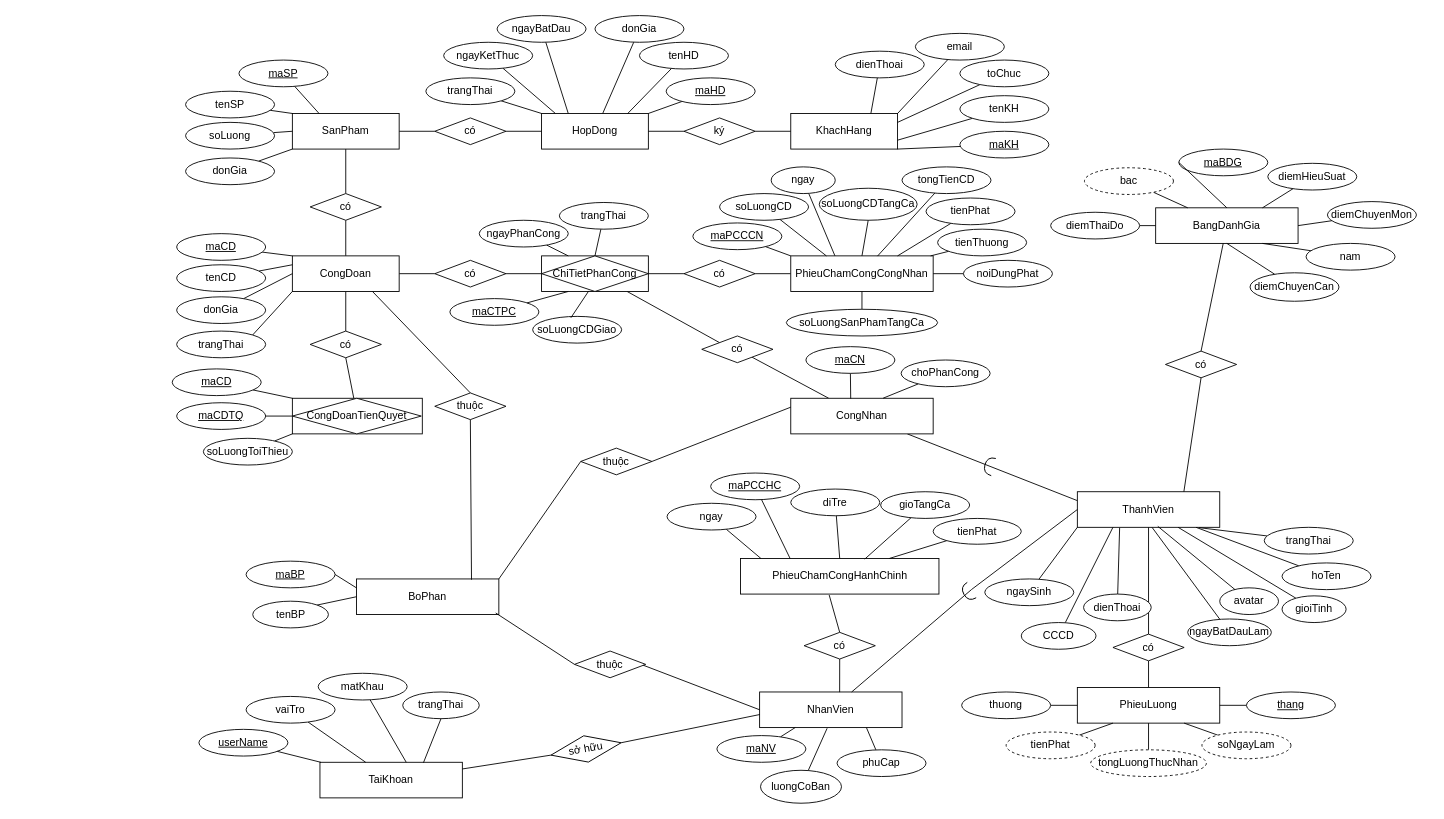
Before: page "EER" (3 of 3) of diagrams/diagrams.drawio in TomTom2k/-management-of-a-ceramic-processing-company, a draw.io diagram. Source tidied: cells renumbered, new cells numbered last; positions are measured from the earlier drawing's top-left corner, leaving out a move shared by most shapes. Both pictures are drawn from the tidied source at 89%, with x=0, y=0 at pixel (172, 15).
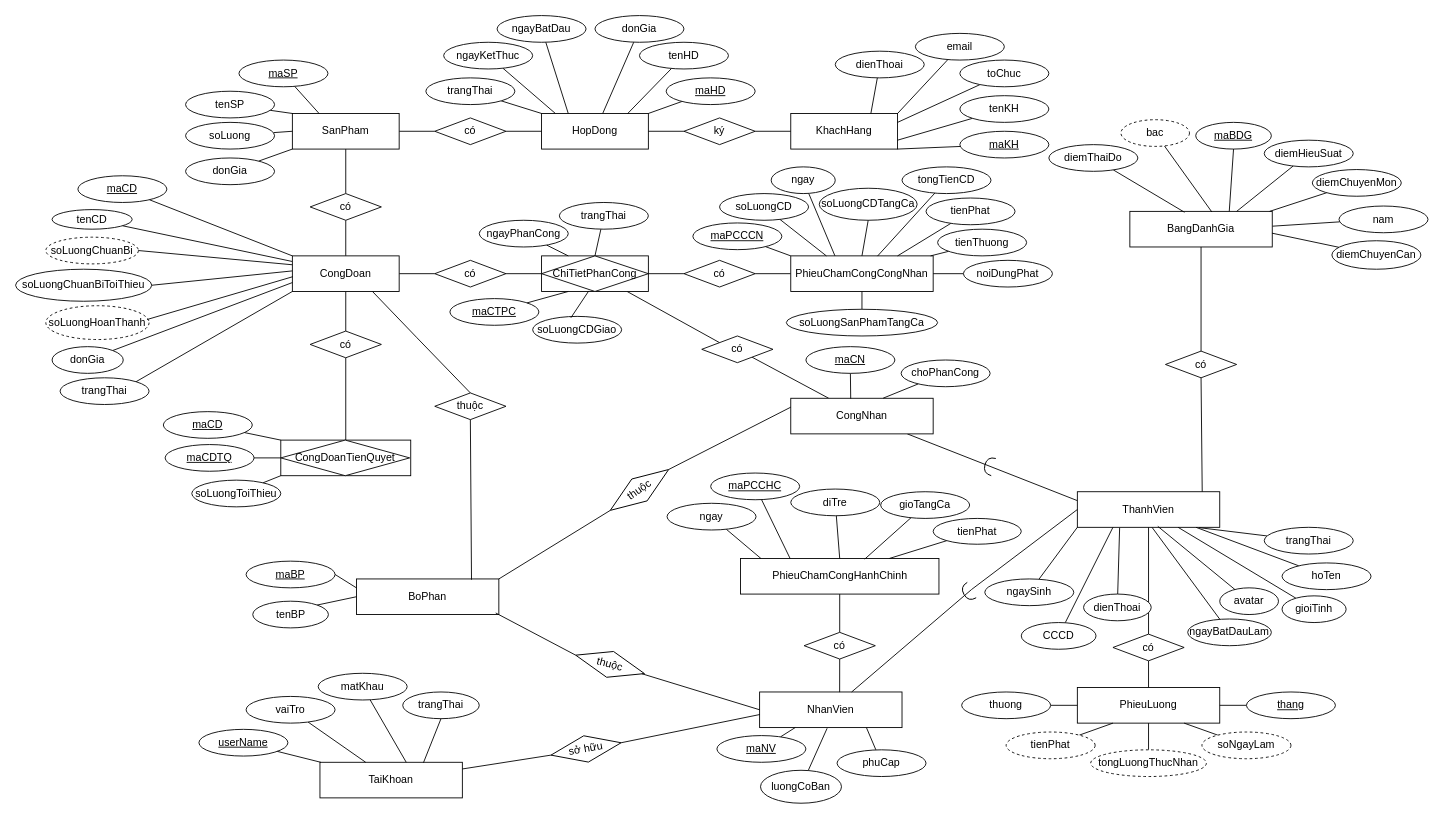
After the change.

Unchanged cells that the change refers to:
```xml
<mxCell id="15" value="CongDoan" style="rounded=0;whiteSpace=wrap;html=1;fillColor=default;strokeColor=default;" parent="1" vertex="1">
  <mxGeometry x="135" y="270" width="120" height="40" as="geometry" />
</mxCell>
<mxCell id="31" value="PhieuChamCongHanhChinh" style="rounded=0;whiteSpace=wrap;html=1;fillColor=default;strokeColor=default;" parent="1" vertex="1">
  <mxGeometry x="638.5" y="610" width="223" height="40" as="geometry" />
</mxCell>
<mxCell id="41" value="ThanhVien" style="rounded=0;whiteSpace=wrap;html=1;" parent="1" vertex="1">
  <mxGeometry x="1017" y="535" width="160" height="40" as="geometry" />
</mxCell>
<mxCell id="43" value="có" style="rhombus;whiteSpace=wrap;html=1;" parent="1" vertex="1">
  <mxGeometry x="710" y="693" width="80" height="30" as="geometry" />
</mxCell>
<mxCell id="47" value="có" style="rhombus;whiteSpace=wrap;html=1;" parent="1" vertex="1">
  <mxGeometry x="1116" y="377" width="80" height="30" as="geometry" />
</mxCell>
<mxCell id="202" value="thuộc" style="rhombus;whiteSpace=wrap;html=1;" parent="1" vertex="1">
  <mxGeometry x="295" y="424" width="80" height="30" as="geometry" />
</mxCell>
```

Change to the diagram source:
```diff
@@
     <mxCell id="18" style="rounded=0;whiteSpace=wrap;html=1;" parent="1" vertex="1">
-      <mxGeometry x="135" y="430" width="146" height="40" as="geometry" />
+      <mxGeometry x="122" y="477" width="146" height="40" as="geometry" />
     </mxCell>
@@
-    <mxCell id="30" style="edgeStyle=none;rounded=0;jettySize=auto;html=1;entryX=0.5;entryY=0;entryDx=0;entryDy=0;endArrow=none;endFill=0;exitX=0.447;exitY=1.027;exitDx=0;exitDy=0;exitPerimeter=0;" parent="1" edge="1" source="31" target="43">
+    <mxCell id="30" style="edgeStyle=none;rounded=0;jettySize=auto;html=1;entryX=0.5;entryY=0;entryDx=0;entryDy=0;endArrow=none;endFill=0;exitX=0.5;exitY=1;exitDx=0;exitDy=0;" parent="1" edge="1" source="31" target="43">
       <mxGeometry relative="1" as="geometry" />
     </mxCell>
@@
-    <mxCell id="37" style="edgeStyle=none;rounded=0;jettySize=auto;html=1;entryX=0.711;entryY=0.981;entryDx=0;entryDy=0;endArrow=none;endFill=0;entryPerimeter=0;exitX=0.5;exitY=1;exitDx=0;exitDy=0;" parent="1" edge="1" source="47" target="41">
+    <mxCell id="37" style="edgeStyle=none;rounded=0;jettySize=auto;html=1;entryX=0.877;entryY=0.027;entryDx=0;entryDy=0;endArrow=none;endFill=0;entryPerimeter=0;exitX=0.5;exitY=1;exitDx=0;exitDy=0;" parent="1" edge="1" source="47" target="41">
       <mxGeometry relative="1" as="geometry" />
     </mxCell>
     <mxCell id="38" value="BangDanhGia" style="rounded=0;whiteSpace=wrap;html=1;fillColor=default;strokeColor=default;" parent="1" vertex="1">
-      <mxGeometry x="1105" y="216" width="160" height="40" as="geometry" />
+      <mxGeometry x="1076" y="220" width="160" height="40" as="geometry" />
     </mxCell>
@@
-    <mxCell id="97" style="edgeStyle=none;rounded=0;jettySize=auto;html=1;entryX=0.75;entryY=1;entryDx=0;entryDy=0;endArrow=none;endFill=0;" parent="1" edge="1" source="98" target="38">
+    <mxCell id="97" style="edgeStyle=none;rounded=0;jettySize=auto;html=1;entryX=1.002;entryY=0.416;entryDx=0;entryDy=0;endArrow=none;endFill=0;entryPerimeter=0;" parent="1" edge="1" source="98" target="38">
       <mxGeometry relative="1" as="geometry" />
     </mxCell>
     <mxCell id="98" value="nam" style="ellipse;whiteSpace=wrap;html=1;align=center;fontStyle=0;" parent="1" vertex="1">
-      <mxGeometry x="1274" y="256" width="100" height="30" as="geometry" />
+      <mxGeometry x="1311" y="214" width="100" height="30" as="geometry" />
     </mxCell>
-    <mxCell id="99" style="edgeStyle=none;rounded=0;jettySize=auto;html=1;endArrow=none;endFill=0;entryX=0.5;entryY=1;entryDx=0;entryDy=0;" parent="1" edge="1" source="100" target="38">
+    <mxCell id="99" style="edgeStyle=none;rounded=0;jettySize=auto;html=1;endArrow=none;endFill=0;entryX=0.998;entryY=0.612;entryDx=0;entryDy=0;entryPerimeter=0;" parent="1" edge="1" source="100" target="38">
       <mxGeometry relative="1" as="geometry" />
     </mxCell>
     <mxCell id="100" value="diemChuyenCan" style="ellipse;whiteSpace=wrap;html=1;align=center;" parent="1" vertex="1">
-      <mxGeometry x="1211" y="289" width="100" height="32" as="geometry" />
+      <mxGeometry x="1303" y="253" width="100" height="32" as="geometry" />
     </mxCell>
-    <mxCell id="101" style="edgeStyle=none;rounded=0;jettySize=auto;html=1;entryX=1;entryY=0.5;entryDx=0;entryDy=0;endArrow=none;endFill=0;" parent="1" edge="1" source="102" target="38">
-      <mxGeometry relative="1" as="geometry" />
+    <mxCell id="101" style="edgeStyle=none;rounded=0;jettySize=auto;html=1;endArrow=none;endFill=0;" parent="1" edge="1" source="102">
+      <mxGeometry relative="1" as="geometry">
+        <mxPoint x="1233" y="220" as="targetPoint" />
+      </mxGeometry>
     </mxCell>
     <mxCell id="102" value="diemChuyenMon" style="ellipse;whiteSpace=wrap;html=1;align=center;" parent="1" vertex="1">
-      <mxGeometry x="1298" y="209" width="100" height="30" as="geometry" />
+      <mxGeometry x="1281" y="173" width="100" height="30" as="geometry" />
     </mxCell>
-    <mxCell id="103" style="edgeStyle=none;rounded=0;jettySize=auto;html=1;entryX=0;entryY=0.5;entryDx=0;entryDy=0;endArrow=none;endFill=0;" parent="1" edge="1" source="104" target="38">
+    <mxCell id="103" style="edgeStyle=none;rounded=0;jettySize=auto;html=1;entryX=0.384;entryY=0.025;entryDx=0;entryDy=0;endArrow=none;endFill=0;entryPerimeter=0;" parent="1" edge="1" source="104" target="38">
       <mxGeometry relative="1" as="geometry" />
     </mxCell>
     <mxCell id="104" value="diemThaiDo" style="ellipse;whiteSpace=wrap;html=1;align=center;" parent="1" vertex="1">
-      <mxGeometry x="987" y="221" width="100" height="30" as="geometry" />
+      <mxGeometry x="985" y="145" width="100" height="30" as="geometry" />
     </mxCell>
@@
     <mxCell id="106" value="diemHieuSuat" style="ellipse;whiteSpace=wrap;html=1;align=center;" parent="1" vertex="1">
-      <mxGeometry x="1231" y="166" width="100" height="30" as="geometry" />
+      <mxGeometry x="1227" y="140" width="100" height="30" as="geometry" />
     </mxCell>
-    <mxCell id="107" style="edgeStyle=none;rounded=0;jettySize=auto;html=1;endArrow=none;endFill=0;" parent="1" edge="1" source="108" target="38">
+    <mxCell id="107" style="edgeStyle=none;rounded=0;jettySize=auto;html=1;endArrow=none;endFill=0;entryX=0.576;entryY=0.018;entryDx=0;entryDy=0;entryPerimeter=0;" parent="1" edge="1" source="108" target="38">
       <mxGeometry relative="1" as="geometry" />
     </mxCell>
     <mxCell id="108" value="bac" style="ellipse;whiteSpace=wrap;html=1;align=center;fillStyle=auto;dashed=1;" parent="1" vertex="1">
-      <mxGeometry x="1025" y="171" width="100" height="30" as="geometry" />
+      <mxGeometry x="1066" y="117" width="77" height="30" as="geometry" />
     </mxCell>
@@
     <mxCell id="132" value="maCD" style="ellipse;whiteSpace=wrap;html=1;align=center;fontStyle=4;" parent="1" vertex="1">
-      <mxGeometry x="5" y="245" width="100" height="30" as="geometry" />
+      <mxGeometry x="-106" y="180" width="100" height="30" as="geometry" />
     </mxCell>
-    <mxCell id="133" style="edgeStyle=none;rounded=0;jettySize=auto;html=1;entryX=0;entryY=0.25;entryDx=0;entryDy=0;endArrow=none;endFill=0;" parent="1" edge="1" source="134" target="15">
+    <mxCell id="133" style="edgeStyle=none;rounded=0;jettySize=auto;html=1;entryX=-0.003;entryY=0.156;entryDx=0;entryDy=0;endArrow=none;endFill=0;entryPerimeter=0;" parent="1" edge="1" source="134" target="15">
       <mxGeometry relative="1" as="geometry" />
     </mxCell>
     <mxCell id="134" value="tenCD" style="ellipse;whiteSpace=wrap;html=1;align=center;" parent="1" vertex="1">
-      <mxGeometry x="5" y="280" width="100" height="30" as="geometry" />
+      <mxGeometry x="-135" y="218" width="90" height="22" as="geometry" />
     </mxCell>
-    <mxCell id="135" style="edgeStyle=none;rounded=0;jettySize=auto;html=1;endArrow=none;endFill=0;entryX=0;entryY=0.5;entryDx=0;entryDy=0;" parent="1" edge="1" source="136" target="15">
+    <mxCell id="135" style="edgeStyle=none;rounded=0;jettySize=auto;html=1;endArrow=none;endFill=0;entryX=0;entryY=0.75;entryDx=0;entryDy=0;" parent="1" edge="1" source="136" target="15">
       <mxGeometry relative="1" as="geometry" />
     </mxCell>
     <mxCell id="136" value="donGia" style="ellipse;whiteSpace=wrap;html=1;align=center;" parent="1" vertex="1">
-      <mxGeometry x="5" y="316" width="100" height="30" as="geometry" />
+      <mxGeometry x="-135" y="372" width="80" height="30" as="geometry" />
     </mxCell>
@@
     <mxCell id="138" value="trangThai" style="ellipse;whiteSpace=wrap;html=1;align=center;" parent="1" vertex="1">
-      <mxGeometry x="5" y="354.5" width="100" height="30" as="geometry" />
+      <mxGeometry x="-126" y="407" width="100" height="30" as="geometry" />
     </mxCell>
@@
     <mxCell id="140" value="maCDTQ" style="ellipse;whiteSpace=wrap;html=1;align=center;fontStyle=4;" parent="1" vertex="1">
-      <mxGeometry x="5" y="435" width="100" height="30" as="geometry" />
+      <mxGeometry x="-8" y="482" width="100" height="30" as="geometry" />
     </mxCell>
@@
     <mxCell id="142" value="soLuongToiThieu" style="ellipse;whiteSpace=wrap;html=1;align=center;" parent="1" vertex="1">
-      <mxGeometry x="35" y="475" width="100" height="30" as="geometry" />
+      <mxGeometry x="22" y="522" width="100" height="30" as="geometry" />
     </mxCell>
@@
     <mxCell id="176" value="maBDG" style="ellipse;whiteSpace=wrap;html=1;align=center;fontStyle=4;" parent="1" vertex="1">
-      <mxGeometry x="1131" y="150" width="100" height="30" as="geometry" />
+      <mxGeometry x="1150" y="120" width="85" height="30" as="geometry" />
     </mxCell>
-    <mxCell id="177" style="rounded=0;jettySize=auto;html=1;entryX=0.5;entryY=0;entryDx=0;entryDy=0;endArrow=none;endFill=0;exitX=0;exitY=0.5;exitDx=0;exitDy=0;" parent="1" edge="1" source="176" target="38">
+    <mxCell id="177" style="rounded=0;jettySize=auto;html=1;entryX=0.698;entryY=0;entryDx=0;entryDy=0;endArrow=none;endFill=0;exitX=0.5;exitY=1;exitDx=0;exitDy=0;entryPerimeter=0;" parent="1" edge="1" source="176" target="38">
       <mxGeometry relative="1" as="geometry" />
     </mxCell>
     <mxCell id="178" value="maCD" style="ellipse;whiteSpace=wrap;html=1;align=center;fontStyle=4;" parent="1" vertex="1">
-      <mxGeometry y="397" width="100" height="30" as="geometry" />
+      <mxGeometry x="-10" y="445" width="100" height="30" as="geometry" />
     </mxCell>
@@
-    <mxCell id="196" value="thuộc" style="rhombus;whiteSpace=wrap;html=1;" parent="1" vertex="1">
+    <mxCell id="196" value="thuộc" style="rhombus;whiteSpace=wrap;html=1;rotation=15;" parent="1" vertex="1">
       <mxGeometry x="452" y="714" width="80" height="30" as="geometry" />
     </mxCell>
@@
-    <mxCell id="199" value="thuộc" style="rhombus;whiteSpace=wrap;html=1;" parent="1" vertex="1">
-      <mxGeometry x="459" y="486" width="80" height="30" as="geometry" />
+    <mxCell id="199" value="thuộc" style="rhombus;whiteSpace=wrap;html=1;rotation=-35;" parent="1" vertex="1">
+      <mxGeometry x="485" y="518" width="80" height="30" as="geometry" />
     </mxCell>
@@
     <mxCell id="203" style="edgeStyle=none;rounded=0;jettySize=auto;html=1;entryX=0.5;entryY=0;entryDx=0;entryDy=0;endArrow=none;endFill=0;exitX=0.75;exitY=1;exitDx=0;exitDy=0;" parent="1" edge="1" source="15" target="202">
-      <mxGeometry relative="1" as="geometry" />
+      <mxGeometry relative="1" as="geometry">
+        <Array as="points">
+          <mxPoint x="275" y="362" />
+        </Array>
+      </mxGeometry>
     </mxCell>
@@
     <mxCell id="205" value="CongDoanTienQuyet" style="rhombus;whiteSpace=wrap;html=1;" parent="1" vertex="1">
-      <mxGeometry x="135" y="430" width="144.8" height="40" as="geometry" />
+      <mxGeometry x="122" y="477" width="144.8" height="40" as="geometry" />
     </mxCell>
@@
+    <mxCell id="208" value="soLuongChuanBi" style="ellipse;whiteSpace=wrap;html=1;align=center;dashed=1;" parent="1" vertex="1">
+      <mxGeometry x="-142" y="249" width="104" height="30" as="geometry" />
+    </mxCell>
+    <mxCell id="209" value="soLuongHoanThanh" style="ellipse;whiteSpace=wrap;html=1;align=center;dashed=1;" parent="1" vertex="1">
+      <mxGeometry x="-142" y="326" width="116" height="38" as="geometry" />
+    </mxCell>
+    <mxCell id="210" style="edgeStyle=none;rounded=0;jettySize=auto;html=1;entryX=0;entryY=0.25;entryDx=0;entryDy=0;endArrow=none;endFill=0;exitX=1;exitY=0.5;exitDx=0;exitDy=0;" parent="1" edge="1" source="208" target="15">
+      <mxGeometry relative="1" as="geometry" />
+    </mxCell>
+    <mxCell id="211" style="edgeStyle=none;rounded=0;jettySize=auto;html=1;entryX=0.004;entryY=0.585;entryDx=0;entryDy=0;endArrow=none;endFill=0;exitX=0.98;exitY=0.409;exitDx=0;exitDy=0;entryPerimeter=0;exitPerimeter=0;" parent="1" edge="1" source="209" target="15">
+      <mxGeometry relative="1" as="geometry" />
+    </mxCell>
+    <mxCell id="212" value="soLuongChuanBiToiThieu" style="ellipse;whiteSpace=wrap;html=1;align=center;" parent="1" vertex="1">
+      <mxGeometry x="-176" y="285" width="153" height="36" as="geometry" />
+    </mxCell>
+    <mxCell id="213" style="edgeStyle=none;rounded=0;jettySize=auto;html=1;entryX=-0.002;entryY=0.423;entryDx=0;entryDy=0;endArrow=none;endFill=0;exitX=1;exitY=0.5;exitDx=0;exitDy=0;entryPerimeter=0;" parent="1" edge="1" source="212" target="15">
+      <mxGeometry relative="1" as="geometry" />
+    </mxCell>
```
